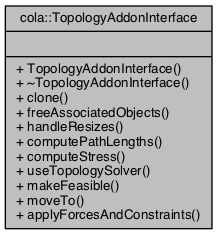
This is documentation/classcola_1_1TopologyAddonInterface__coll__graph.png from mjwybrow/adaptagrams, a Graphviz export, as it was before one commit. Its source is kept beside it as documentation/classcola_1_1TopologyAddonInterface__coll__graph.dot.
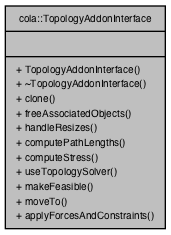
Later version of the same file.

Change to the diagram source:
```diff
@@ -2,5 +2,5 @@
 {
   edge [fontname="Helvetica",fontsize="10",labelfontname="Helvetica",labelfontsize="10"];
   node [fontname="Helvetica",fontsize="10",shape=record];
-  Node1 [label="{cola::TopologyAddonInterface\n||+ TopologyAddonInterface()\l+ ~TopologyAddonInterface()\l+ clone()\l+ freeAssociatedObjects()\l+ handleResizes()\l+ computePathLengths()\l+ computeStress()\l+ useTopologySolver()\l+ makeFeasible()\l+ moveTo()\l+ applyForcesAndConstraints()\l}",height=0.2,width=0.4,color="black", fillcolor="grey75", style="filled", fontcolor="black"];
+  Node2 [label="{cola::TopologyAddonInterface\n||+ TopologyAddonInterface()\l+ ~TopologyAddonInterface()\l+ clone()\l+ freeAssociatedObjects()\l+ handleResizes()\l+ computePathLengths()\l+ computeStress()\l+ useTopologySolver()\l+ makeFeasible()\l+ moveTo()\l+ applyForcesAndConstraints()\l}",height=0.2,width=0.4,color="black", fillcolor="grey75", style="filled", fontcolor="black"];
 }
```
